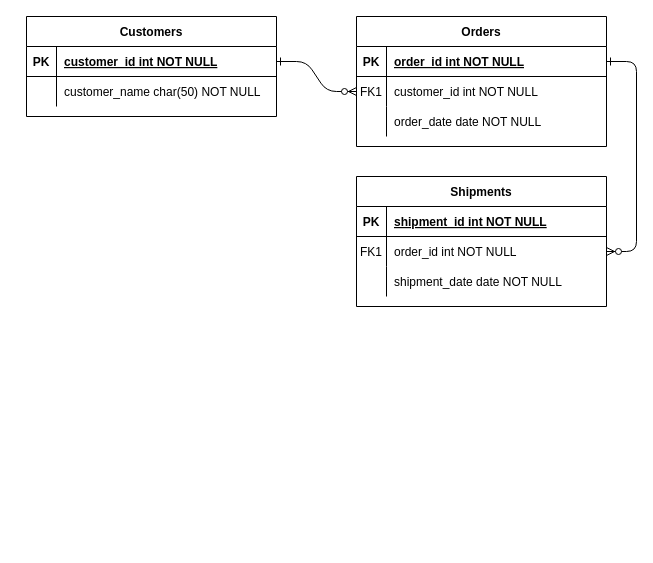
Earlier version of the draw.io diagram Untitled Diagram.drawio (zavlagas/AthleticsManagementSystem). Source tidied: cells renumbered, new cells numbered last; positions are measured from the earlier drawing's top-left corner, leaving out a move shared by most shapes. Both pictures are drawn from the tidied source at 100%, with x=0, y=0 at pixel (26, 16).
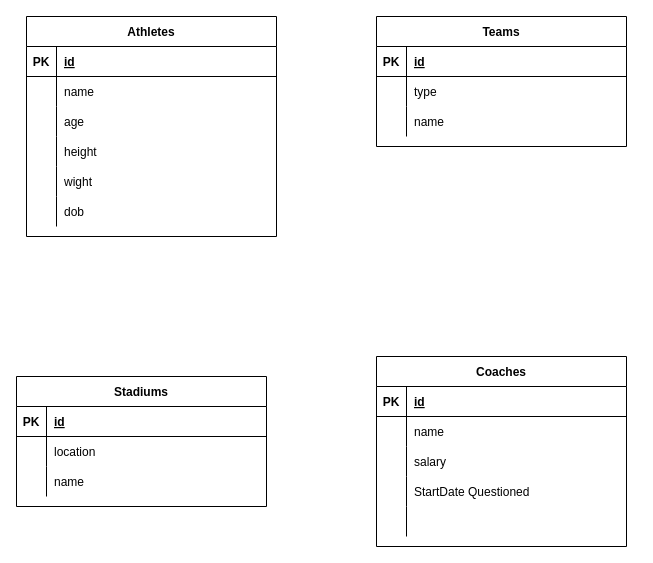
The same page after the edit.

The change refers to these unchanged cells:
```xml
<mxCell id="5" style="shape=partialRectangle;fillColor=none;points=[[0,0.5],[1,0.5]];portConstraint=eastwest;top=0;left=0;right=0;bottom=1;" parent="4" vertex="1">
  <mxGeometry y="30" width="250" height="30" as="geometry" />
</mxCell>
<mxCell id="8" style="shape=partialRectangle;fillColor=none;points=[[0,0.5],[1,0.5]];portConstraint=eastwest;top=0;left=0;right=0;bottom=0;" parent="4" vertex="1">
  <mxGeometry y="60" width="250" height="30" as="geometry" />
</mxCell>
<mxCell id="11" style="shape=partialRectangle;fillColor=none;top=0;left=0;right=0;bottom=0;" parent="4" vertex="1">
  <mxGeometry y="90" width="250" height="30" as="geometry" />
</mxCell>
<mxCell id="15" style="shape=partialRectangle;fillColor=none;top=0;left=0;right=0;bottom=1;" parent="14" vertex="1">
  <mxGeometry y="30" width="250" height="30" as="geometry" />
</mxCell>
<mxCell id="18" style="shape=partialRectangle;fillColor=none;points=[[0,0.5],[1,0.5]];portConstraint=eastwest;top=0;left=0;right=0;bottom=0;" parent="14" vertex="1">
  <mxGeometry y="60" width="250" height="30" as="geometry" />
</mxCell>
<mxCell id="21" style="shape=partialRectangle;fillColor=none;top=0;left=0;right=0;bottom=0;" parent="14" vertex="1">
  <mxGeometry y="90" width="250" height="30" as="geometry" />
</mxCell>
```

What changed in the source:
```diff
@@
-    <mxCell id="2" style="edgeStyle=entityRelationEdgeStyle;endArrow=ERzeroToMany;startArrow=ERone;endFill=1;startFill=0;" parent="1" edge="1" source="25" target="8">
-      <mxGeometry relative="1" as="geometry" />
-    </mxCell>
-    <mxCell id="3" style="edgeStyle=entityRelationEdgeStyle;endArrow=ERzeroToMany;startArrow=ERone;endFill=1;startFill=0;" parent="1" edge="1" source="5" target="18">
-      <mxGeometry relative="1" as="geometry" />
-    </mxCell>
+    <mxCell id="24" value="Athletes" style="shape=table;startSize=30;childLayout=tableLayout;rowLines=0;fontStyle=1;align=center;" parent="1" vertex="1">
+      <mxGeometry width="250" height="220" as="geometry" />
+    </mxCell>
+    <mxCell id="25" style="shape=partialRectangle;fillColor=none;points=[[0,0.5],[1,0.5]];portConstraint=eastwest;top=0;left=0;right=0;bottom=1;" parent="24" vertex="1">
+      <mxGeometry y="30" width="250" height="30" as="geometry" />
+    </mxCell>
+    <mxCell id="26" value="PK" style="shape=partialRectangle;overflow=hidden;fillColor=none;top=0;left=0;bottom=0;right=0;fontStyle=1;" parent="25" vertex="1">
+      <mxGeometry width="30" height="30" as="geometry" />
+    </mxCell>
+    <mxCell id="27" value="id" style="shape=partialRectangle;overflow=hidden;fillColor=none;top=0;left=0;bottom=0;right=0;align=left;spacingLeft=6;fontStyle=5;" parent="25" vertex="1">
+      <mxGeometry x="30" width="220" height="30" as="geometry" />
+    </mxCell>
+    <mxCell id="28" style="shape=partialRectangle;fillColor=none;top=0;left=0;right=0;bottom=0;" parent="24" vertex="1">
+      <mxGeometry y="60" width="250" height="30" as="geometry" />
+    </mxCell>
+    <mxCell id="29" style="shape=partialRectangle;overflow=hidden;fillColor=none;top=0;left=0;bottom=0;right=0;" parent="28" vertex="1">
+      <mxGeometry width="30" height="30" as="geometry" />
+    </mxCell>
+    <mxCell id="30" value="name " style="shape=partialRectangle;overflow=hidden;fillColor=none;top=0;left=0;bottom=0;right=0;align=left;spacingLeft=6;" parent="28" vertex="1">
+      <mxGeometry x="30" width="220" height="30" as="geometry" />
+    </mxCell>
+    <mxCell id="31" style="shape=partialRectangle;fillColor=none;top=0;left=0;right=0;bottom=0;" parent="24" vertex="1">
+      <mxGeometry y="90" width="250" height="30" as="geometry" />
+    </mxCell>
+    <mxCell id="32" style="shape=partialRectangle;overflow=hidden;fillColor=none;top=0;left=0;bottom=0;right=0;" parent="31" vertex="1">
+      <mxGeometry width="30" height="30" as="geometry" />
+    </mxCell>
+    <mxCell id="33" value="age" style="shape=partialRectangle;overflow=hidden;fillColor=none;top=0;left=0;bottom=0;right=0;align=left;spacingLeft=6;" parent="31" vertex="1">
+      <mxGeometry x="30" width="220" height="30" as="geometry" />
+    </mxCell>
+    <mxCell id="34" style="shape=partialRectangle;fillColor=none;top=0;left=0;right=0;bottom=0;" parent="24" vertex="1">
+      <mxGeometry y="120" width="250" height="30" as="geometry" />
+    </mxCell>
+    <mxCell id="35" style="shape=partialRectangle;overflow=hidden;fillColor=none;top=0;left=0;bottom=0;right=0;" parent="34" vertex="1">
+      <mxGeometry width="30" height="30" as="geometry" />
+    </mxCell>
+    <mxCell id="36" value="height" style="shape=partialRectangle;overflow=hidden;fillColor=none;top=0;left=0;bottom=0;right=0;align=left;spacingLeft=6;" parent="34" vertex="1">
+      <mxGeometry x="30" width="220" height="30" as="geometry" />
+    </mxCell>
+    <mxCell id="37" style="shape=partialRectangle;fillColor=none;top=0;left=0;right=0;bottom=0;" parent="24" vertex="1">
+      <mxGeometry y="150" width="250" height="30" as="geometry" />
+    </mxCell>
+    <mxCell id="38" style="shape=partialRectangle;overflow=hidden;fillColor=none;top=0;left=0;bottom=0;right=0;" parent="37" vertex="1">
+      <mxGeometry width="30" height="30" as="geometry" />
+    </mxCell>
+    <mxCell id="39" value="wight" style="shape=partialRectangle;overflow=hidden;fillColor=none;top=0;left=0;bottom=0;right=0;align=left;spacingLeft=6;" parent="37" vertex="1">
+      <mxGeometry x="30" width="220" height="30" as="geometry" />
+    </mxCell>
+    <mxCell id="40" style="shape=partialRectangle;fillColor=none;top=0;left=0;right=0;bottom=0;" parent="24" vertex="1">
+      <mxGeometry y="180" width="250" height="30" as="geometry" />
+    </mxCell>
+    <mxCell id="41" style="shape=partialRectangle;overflow=hidden;fillColor=none;top=0;left=0;bottom=0;right=0;" parent="40" vertex="1">
+      <mxGeometry width="30" height="30" as="geometry" />
+    </mxCell>
+    <mxCell id="42" value="dob" style="shape=partialRectangle;overflow=hidden;fillColor=none;top=0;left=0;bottom=0;right=0;align=left;spacingLeft=6;" parent="40" vertex="1">
+      <mxGeometry x="30" width="220" height="30" as="geometry" />
+    </mxCell>
+    <mxCell id="43" value="Stadiums" style="shape=table;startSize=30;childLayout=tableLayout;rowLines=0;fontStyle=1;align=center;" parent="1" vertex="1">
+      <mxGeometry x="-10" y="360" width="250" height="130" as="geometry" />
+    </mxCell>
+    <mxCell id="44" style="shape=partialRectangle;fillColor=none;top=0;left=0;right=0;bottom=1;" parent="43" vertex="1">
+      <mxGeometry y="30" width="250" height="30" as="geometry" />
+    </mxCell>
+    <mxCell id="45" value="PK" style="shape=partialRectangle;overflow=hidden;fillColor=none;top=0;left=0;bottom=0;right=0;fontStyle=1;" parent="44" vertex="1">
+      <mxGeometry width="30" height="30" as="geometry" />
+    </mxCell>
+    <mxCell id="46" value="id" style="shape=partialRectangle;overflow=hidden;fillColor=none;top=0;left=0;bottom=0;right=0;align=left;spacingLeft=6;fontStyle=5;" parent="44" vertex="1">
+      <mxGeometry x="30" width="220" height="30" as="geometry" />
+    </mxCell>
+    <mxCell id="47" style="shape=partialRectangle;fillColor=none;top=0;left=0;right=0;bottom=0;" parent="43" vertex="1">
+      <mxGeometry y="60" width="250" height="30" as="geometry" />
+    </mxCell>
+    <mxCell id="48" style="shape=partialRectangle;overflow=hidden;fillColor=none;top=0;left=0;bottom=0;right=0;" parent="47" vertex="1">
+      <mxGeometry width="30" height="30" as="geometry" />
+    </mxCell>
+    <mxCell id="49" value="location" style="shape=partialRectangle;overflow=hidden;fillColor=none;top=0;left=0;bottom=0;right=0;align=left;spacingLeft=6;" parent="47" vertex="1">
+      <mxGeometry x="30" width="220" height="30" as="geometry" />
+    </mxCell>
+    <mxCell id="50" style="shape=partialRectangle;fillColor=none;top=0;left=0;right=0;bottom=0;" parent="43" vertex="1">
+      <mxGeometry y="90" width="250" height="30" as="geometry" />
+    </mxCell>
+    <mxCell id="51" style="shape=partialRectangle;overflow=hidden;fillColor=none;top=0;left=0;bottom=0;right=0;" parent="50" vertex="1">
+      <mxGeometry width="30" height="30" as="geometry" />
+    </mxCell>
+    <mxCell id="52" value="name" style="shape=partialRectangle;overflow=hidden;fillColor=none;top=0;left=0;bottom=0;right=0;align=left;spacingLeft=6;" parent="50" vertex="1">
+      <mxGeometry x="30" width="220" height="30" as="geometry" />
+    </mxCell>
-    <mxCell id="4" value="Orders" style="shape=table;startSize=30;childLayout=tableLayout;rowLines=0;fontStyle=1;align=center;" parent="1" vertex="1">
-      <mxGeometry x="330" width="250" height="130" as="geometry" />
+    <mxCell id="4" value="Coaches" style="shape=table;startSize=30;childLayout=tableLayout;rowLines=0;fontStyle=1;align=center;" parent="1" vertex="1">
+      <mxGeometry x="350" y="340" width="250" height="190" as="geometry" />
     </mxCell>
@@
-    <mxCell id="7" value="order_id int NOT NULL " style="shape=partialRectangle;overflow=hidden;fillColor=none;top=0;left=0;bottom=0;right=0;align=left;spacingLeft=6;fontStyle=5;" parent="5" vertex="1">
+    <mxCell id="7" value="id" style="shape=partialRectangle;overflow=hidden;fillColor=none;top=0;left=0;bottom=0;right=0;align=left;spacingLeft=6;fontStyle=5;" parent="5" vertex="1">
       <mxGeometry x="30" width="220" height="30" as="geometry" />
     </mxCell>
@@
-    <mxCell id="9" value="FK1" style="shape=partialRectangle;overflow=hidden;fillColor=none;top=0;left=0;bottom=0;right=0;" parent="8" vertex="1">
+    <mxCell id="9" style="shape=partialRectangle;overflow=hidden;fillColor=none;top=0;left=0;bottom=0;right=0;" parent="8" vertex="1">
       <mxGeometry width="30" height="30" as="geometry" />
     </mxCell>
-    <mxCell id="10" value="customer_id int NOT NULL" style="shape=partialRectangle;overflow=hidden;fillColor=none;top=0;left=0;bottom=0;right=0;align=left;spacingLeft=6;" parent="8" vertex="1">
+    <mxCell id="10" value="name" style="shape=partialRectangle;overflow=hidden;fillColor=none;top=0;left=0;bottom=0;right=0;align=left;spacingLeft=6;" parent="8" vertex="1">
       <mxGeometry x="30" width="220" height="30" as="geometry" />
     </mxCell>
@@
-    <mxCell id="13" value="order_date date NOT NULL" style="shape=partialRectangle;overflow=hidden;fillColor=none;top=0;left=0;bottom=0;right=0;align=left;spacingLeft=6;" parent="11" vertex="1">
+    <mxCell id="13" value="salary" style="shape=partialRectangle;overflow=hidden;fillColor=none;top=0;left=0;bottom=0;right=0;align=left;spacingLeft=6;" parent="11" vertex="1">
       <mxGeometry x="30" width="220" height="30" as="geometry" />
     </mxCell>
+    <mxCell id="53" style="shape=partialRectangle;fillColor=none;top=0;left=0;right=0;bottom=0;" parent="4" vertex="1">
+      <mxGeometry y="120" width="250" height="30" as="geometry" />
+    </mxCell>
+    <mxCell id="54" style="shape=partialRectangle;overflow=hidden;fillColor=none;top=0;left=0;bottom=0;right=0;" parent="53" vertex="1">
+      <mxGeometry width="30" height="30" as="geometry" />
+    </mxCell>
+    <mxCell id="55" value="StartDate Questioned" style="shape=partialRectangle;overflow=hidden;fillColor=none;top=0;left=0;bottom=0;right=0;align=left;spacingLeft=6;" parent="53" vertex="1">
+      <mxGeometry x="30" width="220" height="30" as="geometry" />
+    </mxCell>
+    <mxCell id="56" style="shape=partialRectangle;fillColor=none;top=0;left=0;right=0;bottom=0;" parent="4" vertex="1">
+      <mxGeometry y="150" width="250" height="30" as="geometry" />
+    </mxCell>
+    <mxCell id="57" style="shape=partialRectangle;overflow=hidden;fillColor=none;top=0;left=0;bottom=0;right=0;" parent="56" vertex="1">
+      <mxGeometry width="30" height="30" as="geometry" />
+    </mxCell>
+    <mxCell id="58" style="shape=partialRectangle;overflow=hidden;fillColor=none;top=0;left=0;bottom=0;right=0;align=left;spacingLeft=6;" parent="56" vertex="1">
+      <mxGeometry x="30" width="220" height="30" as="geometry" />
+    </mxCell>
-    <mxCell id="14" value="Shipments" style="shape=table;startSize=30;childLayout=tableLayout;rowLines=0;fontStyle=1;align=center;" parent="1" vertex="1">
-      <mxGeometry x="330" y="160" width="250" height="130" as="geometry" />
+    <mxCell id="14" value="Teams" style="shape=table;startSize=30;childLayout=tableLayout;rowLines=0;fontStyle=1;align=center;" parent="1" vertex="1">
+      <mxGeometry x="350" width="250" height="130" as="geometry" />
     </mxCell>
@@
-    <mxCell id="17" value="shipment_id int NOT NULL " style="shape=partialRectangle;overflow=hidden;fillColor=none;top=0;left=0;bottom=0;right=0;align=left;spacingLeft=6;fontStyle=5;" parent="15" vertex="1">
+    <mxCell id="17" value="id" style="shape=partialRectangle;overflow=hidden;fillColor=none;top=0;left=0;bottom=0;right=0;align=left;spacingLeft=6;fontStyle=5;" parent="15" vertex="1">
       <mxGeometry x="30" width="220" height="30" as="geometry" />
     </mxCell>
@@
-    <mxCell id="19" value="FK1" style="shape=partialRectangle;overflow=hidden;fillColor=none;top=0;left=0;bottom=0;right=0;" parent="18" vertex="1">
+    <mxCell id="19" style="shape=partialRectangle;overflow=hidden;fillColor=none;top=0;left=0;bottom=0;right=0;" parent="18" vertex="1">
       <mxGeometry width="30" height="30" as="geometry" />
     </mxCell>
-    <mxCell id="20" value="order_id int NOT NULL" style="shape=partialRectangle;overflow=hidden;fillColor=none;top=0;left=0;bottom=0;right=0;align=left;spacingLeft=6;" parent="18" vertex="1">
+    <mxCell id="20" value="type" style="shape=partialRectangle;overflow=hidden;fillColor=none;top=0;left=0;bottom=0;right=0;align=left;spacingLeft=6;" parent="18" vertex="1">
       <mxGeometry x="30" width="220" height="30" as="geometry" />
     </mxCell>
@@
-    <mxCell id="23" value="shipment_date date NOT NULL" style="shape=partialRectangle;overflow=hidden;fillColor=none;top=0;left=0;bottom=0;right=0;align=left;spacingLeft=6;" parent="21" vertex="1">
+    <mxCell id="23" value="name" style="shape=partialRectangle;overflow=hidden;fillColor=none;top=0;left=0;bottom=0;right=0;align=left;spacingLeft=6;" parent="21" vertex="1">
       <mxGeometry x="30" width="220" height="30" as="geometry" />
     </mxCell>
-    <mxCell id="24" value="Customers" style="shape=table;startSize=30;childLayout=tableLayout;rowLines=0;fontStyle=1;align=center;" parent="1" vertex="1">
-      <mxGeometry width="250" height="100" as="geometry" />
-    </mxCell>
-    <mxCell id="25" style="shape=partialRectangle;fillColor=none;points=[[0,0.5],[1,0.5]];portConstraint=eastwest;top=0;left=0;right=0;bottom=1;" parent="24" vertex="1">
-      <mxGeometry y="30" width="250" height="30" as="geometry" />
-    </mxCell>
-    <mxCell id="26" value="PK" style="shape=partialRectangle;overflow=hidden;fillColor=none;top=0;left=0;bottom=0;right=0;fontStyle=1;" parent="25" vertex="1">
-      <mxGeometry width="30" height="30" as="geometry" />
-    </mxCell>
-    <mxCell id="27" value="customer_id int NOT NULL " style="shape=partialRectangle;overflow=hidden;fillColor=none;top=0;left=0;bottom=0;right=0;align=left;spacingLeft=6;fontStyle=5;" parent="25" vertex="1">
-      <mxGeometry x="30" width="220" height="30" as="geometry" />
-    </mxCell>
-    <mxCell id="28" style="shape=partialRectangle;fillColor=none;top=0;left=0;right=0;bottom=0;" parent="24" vertex="1">
-      <mxGeometry y="60" width="250" height="30" as="geometry" />
-    </mxCell>
-    <mxCell id="29" style="shape=partialRectangle;overflow=hidden;fillColor=none;top=0;left=0;bottom=0;right=0;" parent="28" vertex="1">
-      <mxGeometry width="30" height="30" as="geometry" />
-    </mxCell>
-    <mxCell id="30" value="customer_name char(50) NOT NULL" style="shape=partialRectangle;overflow=hidden;fillColor=none;top=0;left=0;bottom=0;right=0;align=left;spacingLeft=6;" parent="28" vertex="1">
-      <mxGeometry x="30" width="220" height="30" as="geometry" />
-    </mxCell>
```
